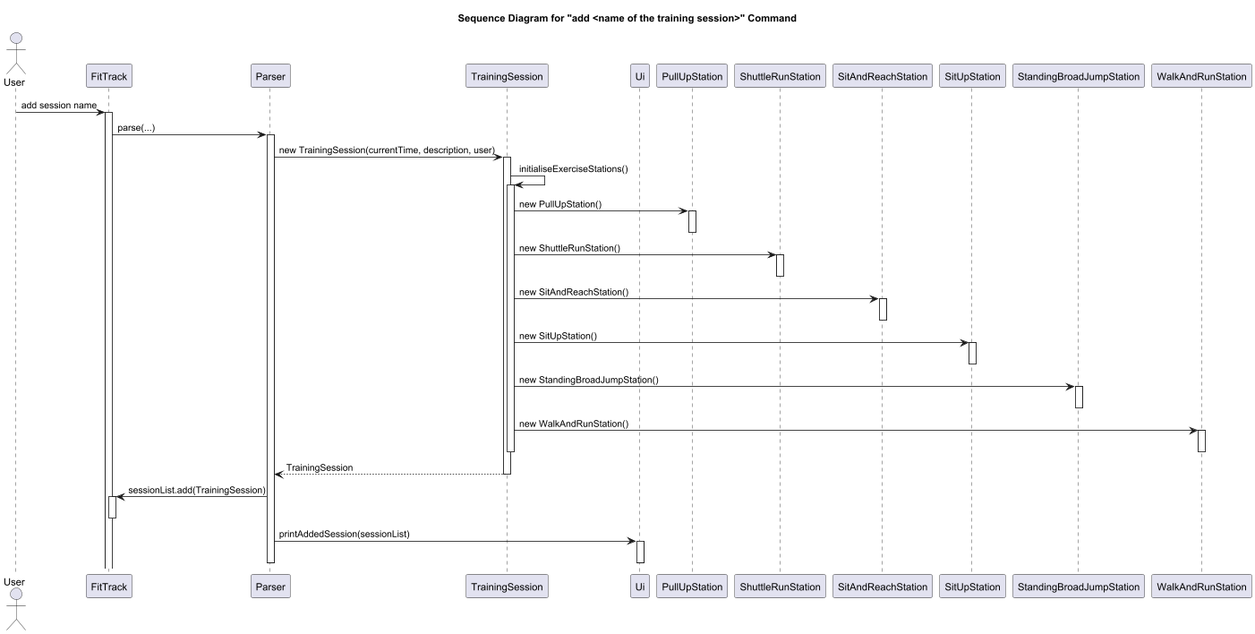
This is docs/Images/Sequence_addTrainingSessionCommand.png from nus-cs2113-AY2425S1/tp, a PlantUML export, as it was before one commit.
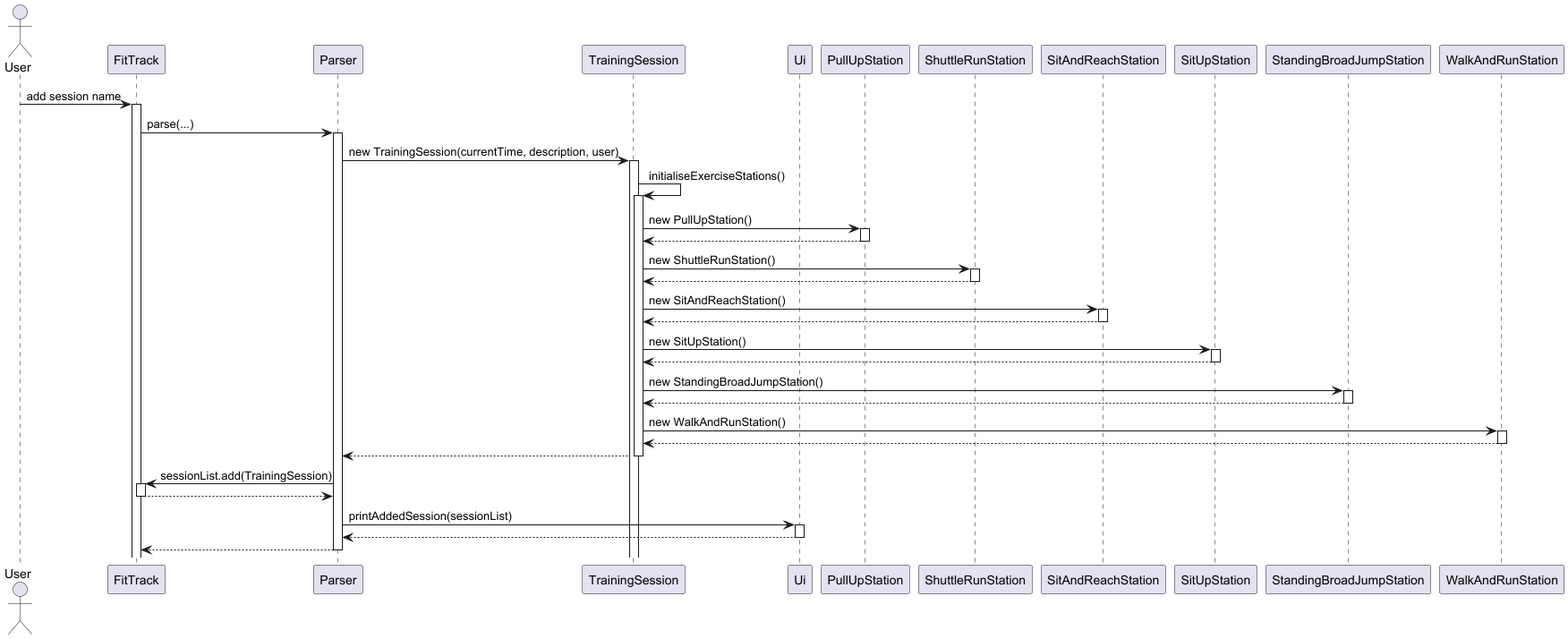
After the change.

Commit message:
fix: correct return arrows in addTrainingSession puml diagram

Diff of the diagram source:
```diff
@@ -1,5 +1,4 @@
 @startuml
-title Sequence Diagram for "add <name of the training session>" Command
 
 actor User
 participant FitTrack
@@ -27,40 +26,48 @@
 
 TrainingSession -> PullUpStation: new PullUpStation()
 activate PullUpStation
+return
 deactivate PullUpStation
 
 TrainingSession -> ShuttleRunStation: new ShuttleRunStation()
 activate ShuttleRunStation
+return
 deactivate ShuttleRunStation
 
 TrainingSession -> SitAndReachStation: new SitAndReachStation()
 activate SitAndReachStation
+return
 deactivate SitAndReachStation
 
 TrainingSession -> SitUpStation: new SitUpStation()
 activate SitUpStation
+return
 deactivate SitUpStation
 
 TrainingSession -> StandingBroadJumpStation: new StandingBroadJumpStation()
 activate StandingBroadJumpStation
+return
 deactivate StandingBroadJumpStation
 
 TrainingSession -> WalkAndRunStation: new WalkAndRunStation()
 activate WalkAndRunStation
+return
 deactivate WalkAndRunStation
 
-deactivate TrainingSession
-
-return TrainingSession
+TrainingSession --> Parser
 deactivate TrainingSession
 
 Parser -> FitTrack: sessionList.add(TrainingSession)
+
 activate FitTrack
-deactivate FitTrack
+return
 
 Parser -> Ui: printAddedSession(sessionList)
 activate Ui
+Ui --> Parser
 deactivate Ui
+
+Parser --> FitTrack
 
 deactivate Parser
 @enduml
```
